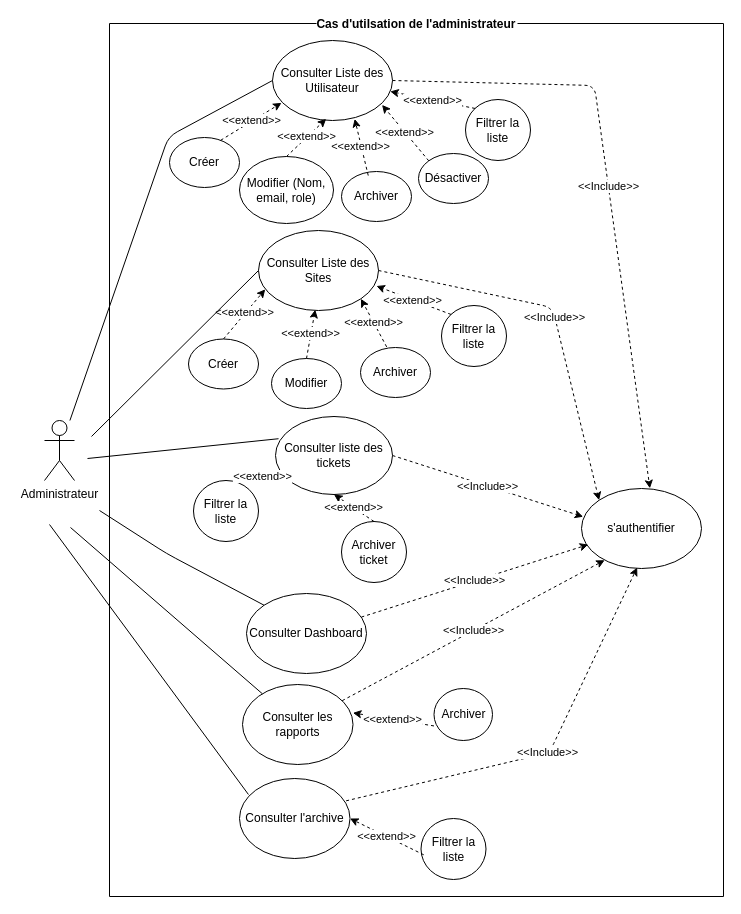
Before: page "Admin" (1 of 4) of Conception/USE_CASE.drawio in Belakebi-Amine/djezzy_supervision, a draw.io diagram. Source tidied: cells renumbered, new cells numbered last; positions are measured from the earlier drawing's top-left corner, leaving out a move shared by most shapes. Both pictures are drawn from the tidied source at 100%, with x=0, y=0 at pixel (44, 23).
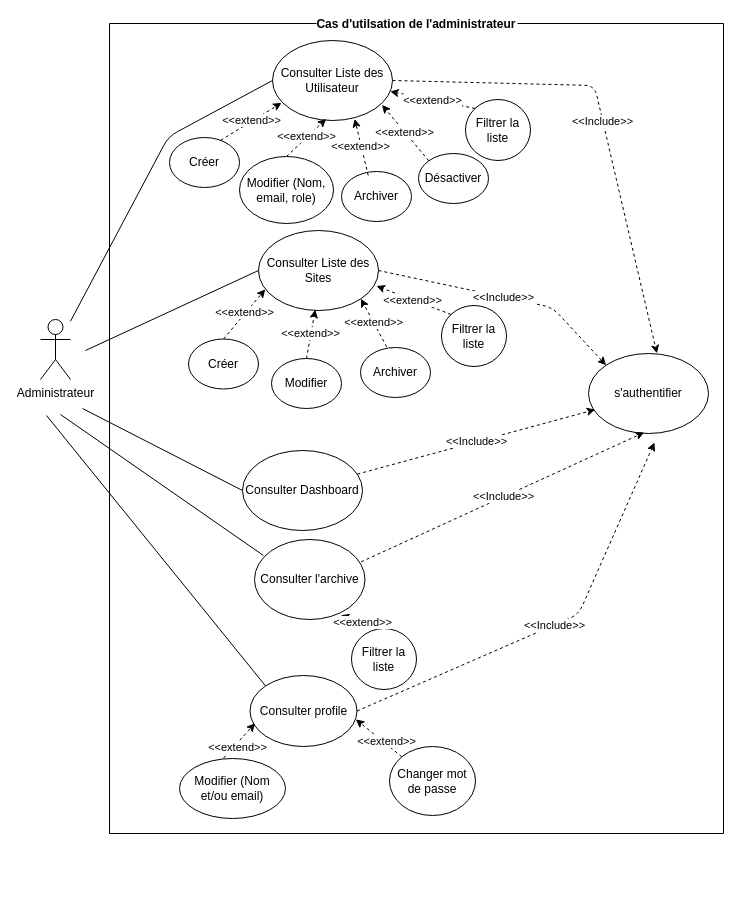
The same page after the edit.

The change refers to these unchanged cells:
```xml
<mxCell id="10" value="Consulter Liste des Sites" style="ellipse;whiteSpace=wrap;html=1;" parent="3" vertex="1">
  <mxGeometry x="149" y="207" width="120" height="80" as="geometry" />
</mxCell>
```

What changed in the source:
```diff
@@
     <mxCell id="2" value="Administrateur" style="shape=umlActor;verticalLabelPosition=bottom;verticalAlign=top;html=1;outlineConnect=0;" parent="1" vertex="1">
-      <mxGeometry y="397" width="30" height="60" as="geometry" />
+      <mxGeometry x="-4" y="296" width="30" height="60" as="geometry" />
     </mxCell>
-    <mxCell id="3" value="Cas d'utilsation de l'administrateur" style="swimlane;startSize=0;labelBackgroundColor=default;" parent="1" vertex="1">
-      <mxGeometry x="65" width="614" height="873" as="geometry" />
+    <mxCell id="3" value="Cas d'utilsation de l'administrateur" style="swimlane;startSize=0;labelBackgroundColor=default;fillColor=none;" parent="1" vertex="1">
+      <mxGeometry x="65" width="614" height="810" as="geometry" />
     </mxCell>
@@
     <mxCell id="14" value="s'authentifier" style="ellipse;whiteSpace=wrap;html=1;" parent="3" vertex="1">
-      <mxGeometry x="472" y="465" width="120" height="80" as="geometry" />
+      <mxGeometry x="479" y="330" width="120" height="80" as="geometry" />
     </mxCell>
@@
-    <mxCell id="33" value="Consulter liste des tickets" style="ellipse;whiteSpace=wrap;html=1;" parent="3" vertex="1">
-      <mxGeometry x="166" y="393" width="117" height="78" as="geometry" />
-    </mxCell>
-    <mxCell id="34" value="Filtrer la liste" style="ellipse;whiteSpace=wrap;html=1;" parent="3" vertex="1">
-      <mxGeometry x="84" y="457" width="65" height="61" as="geometry" />
-    </mxCell>
-    <mxCell id="35" style="endArrow=classic;html=1;entryX=0.06;entryY=0.756;entryDx=0;entryDy=0;exitX=0.726;exitY=0.007;exitDx=0;exitDy=0;dashed=1;exitPerimeter=0;entryPerimeter=0;" parent="3" edge="1" source="34" target="33">
-      <mxGeometry relative="1" as="geometry" />
-    </mxCell>
-    <mxCell id="36" value="&amp;lt;&amp;lt;extend&amp;gt;&amp;gt;" style="edgeLabel;html=1;align=center;verticalAlign=middle;" parent="35" vertex="1">
-      <mxGeometry x="0.02" y="1" relative="1" as="geometry">
-        <mxPoint y="-1" as="offset" />
-      </mxGeometry>
-    </mxCell>
-    <mxCell id="37" value="Archiver ticket" style="ellipse;whiteSpace=wrap;html=1;" parent="3" vertex="1">
-      <mxGeometry x="232" y="498" width="65" height="61" as="geometry" />
-    </mxCell>
-    <mxCell id="38" style="endArrow=classic;html=1;entryX=0.5;entryY=1;entryDx=0;entryDy=0;exitX=0.5;exitY=0;exitDx=0;exitDy=0;dashed=1;" parent="3" edge="1" source="37" target="33">
-      <mxGeometry relative="1" as="geometry" />
-    </mxCell>
-    <mxCell id="39" value="&amp;lt;&amp;lt;extend&amp;gt;&amp;gt;" style="edgeLabel;html=1;align=center;verticalAlign=middle;" parent="38" vertex="1">
-      <mxGeometry x="0.02" y="1" relative="1" as="geometry">
-        <mxPoint y="-1" as="offset" />
-      </mxGeometry>
-    </mxCell>
-    <mxCell id="40" value="&amp;lt;&amp;lt;Include&amp;gt;&amp;gt;" style="endArrow=classic;dashed=1;html=1;entryX=0.014;entryY=0.353;entryDx=0;entryDy=0;exitX=1;exitY=0.5;exitDx=0;exitDy=0;endFill=1;entryPerimeter=0;" parent="3" edge="1" source="33" target="14">
-      <mxGeometry relative="1" as="geometry" />
-    </mxCell>
@@
     <mxCell id="44" value="Consulter Dashboard" style="ellipse;whiteSpace=wrap;html=1;" parent="3" vertex="1">
-      <mxGeometry x="137" y="570" width="120" height="80" as="geometry" />
+      <mxGeometry x="133" y="427" width="120" height="80" as="geometry" />
     </mxCell>
@@
-    <mxCell id="46" value="Consulter les rapports" style="ellipse;whiteSpace=wrap;html=1;" parent="3" vertex="1">
-      <mxGeometry x="133" y="661" width="110.5" height="80" as="geometry" />
-    </mxCell>
-    <mxCell id="47" value="Archiver" style="ellipse;whiteSpace=wrap;html=1;" parent="3" vertex="1">
-      <mxGeometry x="324.5" y="665" width="58.5" height="52" as="geometry" />
-    </mxCell>
-    <mxCell id="48" style="endArrow=classic;html=1;dashed=1;entryX=0.999;entryY=0.355;entryDx=0;entryDy=0;entryPerimeter=0;exitX=0;exitY=0.72;exitDx=0;exitDy=0;exitPerimeter=0;" parent="3" edge="1" source="47" target="46">
-      <mxGeometry relative="1" as="geometry" />
-    </mxCell>
-    <mxCell id="49" value="&amp;lt;&amp;lt;extend&amp;gt;&amp;gt;" style="edgeLabel;html=1;align=center;verticalAlign=middle;" parent="48" vertex="1">
-      <mxGeometry x="0.02" y="1" relative="1" as="geometry">
-        <mxPoint y="-1" as="offset" />
-      </mxGeometry>
-    </mxCell>
     <mxCell id="50" value="Consulter l'archive" style="ellipse;whiteSpace=wrap;html=1;" parent="3" vertex="1">
-      <mxGeometry x="130" y="755" width="110.5" height="80" as="geometry" />
+      <mxGeometry x="145" y="516" width="110.5" height="80" as="geometry" />
     </mxCell>
     <mxCell id="51" value="Filtrer la liste" style="ellipse;whiteSpace=wrap;html=1;" parent="3" vertex="1">
-      <mxGeometry x="311.5" y="795" width="65" height="61" as="geometry" />
+      <mxGeometry x="242" y="605" width="65" height="61" as="geometry" />
     </mxCell>
-    <mxCell id="52" style="endArrow=classic;html=1;dashed=1;entryX=1;entryY=0.5;entryDx=0;entryDy=0;exitX=0.042;exitY=0.595;exitDx=0;exitDy=0;exitPerimeter=0;" parent="3" edge="1" source="51" target="50">
+    <mxCell id="52" style="endArrow=classic;html=1;dashed=1;entryX=0.781;entryY=0.948;entryDx=0;entryDy=0;exitX=0.5;exitY=0;exitDx=0;exitDy=0;entryPerimeter=0;" parent="3" edge="1" source="51" target="50">
       <mxGeometry relative="1" as="geometry" />
     </mxCell>
@@
     <mxCell id="54" value="&amp;lt;&amp;lt;Include&amp;gt;&amp;gt;" style="endArrow=classic;dashed=1;html=1;entryX=0.464;entryY=0.987;entryDx=0;entryDy=0;endFill=1;entryPerimeter=0;exitX=0.965;exitY=0.279;exitDx=0;exitDy=0;exitPerimeter=0;" parent="3" edge="1" source="50" target="14">
-      <mxGeometry relative="1" as="geometry">
-        <Array as="points">
-          <mxPoint x="440" y="729" />
-        </Array>
-      </mxGeometry>
+      <mxGeometry relative="1" as="geometry" />
     </mxCell>
-    <mxCell id="55" value="&amp;lt;&amp;lt;Include&amp;gt;&amp;gt;" style="endArrow=classic;dashed=1;html=1;entryX=0.193;entryY=0.896;entryDx=0;entryDy=0;endFill=1;entryPerimeter=0;" parent="3" edge="1" source="46" target="14">
-      <mxGeometry relative="1" as="geometry" />
-    </mxCell>
+    <mxCell id="62" style="endArrow=none;html=1;entryX=0;entryY=0.5;entryDx=0;entryDy=0;" parent="3" edge="1" target="44">
+      <mxGeometry relative="1" as="geometry">
+        <mxPoint x="-27" y="385" as="sourcePoint" />
+      </mxGeometry>
+    </mxCell>
+    <mxCell id="63" value="Consulter profile" style="ellipse;whiteSpace=wrap;html=1;" parent="3" vertex="1">
+      <mxGeometry x="140.5" y="652" width="107" height="71" as="geometry" />
+    </mxCell>
+    <mxCell id="64" value="Modifier (Nom et/ou email)" style="ellipse;whiteSpace=wrap;html=1;" parent="3" vertex="1">
+      <mxGeometry x="70" y="735" width="106" height="60" as="geometry" />
+    </mxCell>
+    <mxCell id="65" value="Changer mot de passe" style="ellipse;whiteSpace=wrap;html=1;" parent="3" vertex="1">
+      <mxGeometry x="280" y="723" width="86" height="69" as="geometry" />
+    </mxCell>
+    <mxCell id="66" style="endArrow=classic;html=1;exitX=0;exitY=0;exitDx=0;exitDy=0;entryX=0.989;entryY=0.618;entryDx=0;entryDy=0;entryPerimeter=0;dashed=1;" parent="3" edge="1" source="65" target="63">
+      <mxGeometry relative="1" as="geometry" />
+    </mxCell>
+    <mxCell id="67" value="&amp;lt;&amp;lt;extend&amp;gt;&amp;gt;" style="edgeLabel;html=1;align=center;verticalAlign=middle;" parent="66" vertex="1">
+      <mxGeometry x="-0.27" y="-2" relative="1" as="geometry" />
+    </mxCell>
+    <mxCell id="68" style="endArrow=classic;html=1;exitX=0.416;exitY=-0.008;exitDx=0;exitDy=0;entryX=0.048;entryY=0.673;entryDx=0;entryDy=0;entryPerimeter=0;dashed=1;exitPerimeter=0;" parent="3" edge="1" source="64" target="63">
+      <mxGeometry relative="1" as="geometry" />
+    </mxCell>
+    <mxCell id="69" value="&amp;lt;&amp;lt;extend&amp;gt;&amp;gt;" style="edgeLabel;html=1;align=center;verticalAlign=middle;" parent="68" vertex="1">
+      <mxGeometry x="-0.27" y="-2" relative="1" as="geometry" />
+    </mxCell>
@@
     <mxCell id="57" style="endArrow=none;html=1;entryX=0;entryY=0.5;entryDx=0;entryDy=0;" parent="1" edge="1" target="10">
       <mxGeometry relative="1" as="geometry">
-        <mxPoint x="47" y="413" as="sourcePoint" />
+        <mxPoint x="41" y="327" as="sourcePoint" />
       </mxGeometry>
     </mxCell>
-    <mxCell id="58" style="endArrow=none;html=1;entryX=0;entryY=0;entryDx=0;entryDy=0;" parent="1" edge="1" target="44">
-      <mxGeometry relative="1" as="geometry">
-        <mxPoint x="55" y="487" as="sourcePoint" />
-        <Array as="points">
-          <mxPoint x="122" y="530" />
-        </Array>
-      </mxGeometry>
-    </mxCell>
-    <mxCell id="59" style="endArrow=none;html=1;entryX=0.026;entryY=0.285;entryDx=0;entryDy=0;entryPerimeter=0;" parent="1" edge="1" target="33">
-      <mxGeometry relative="1" as="geometry">
-        <mxPoint x="43" y="435" as="sourcePoint" />
-      </mxGeometry>
-    </mxCell>
-    <mxCell id="60" style="endArrow=none;html=1;" parent="1" edge="1" target="46">
-      <mxGeometry relative="1" as="geometry">
-        <mxPoint x="26" y="504" as="sourcePoint" />
-      </mxGeometry>
-    </mxCell>
     <mxCell id="61" style="endArrow=none;html=1;entryX=0.081;entryY=0.2;entryDx=0;entryDy=0;entryPerimeter=0;" parent="1" edge="1" target="50">
       <mxGeometry relative="1" as="geometry">
-        <mxPoint x="5" y="501" as="sourcePoint" />
+        <mxPoint x="16" y="391" as="sourcePoint" />
       </mxGeometry>
     </mxCell>
+    <mxCell id="70" style="endArrow=none;html=1;entryX=0;entryY=0;entryDx=0;entryDy=0;" parent="1" edge="1" target="63">
+      <mxGeometry relative="1" as="geometry">
+        <mxPoint x="2" y="392" as="sourcePoint" />
+      </mxGeometry>
+    </mxCell>
+    <mxCell id="71" value="&amp;lt;&amp;lt;Include&amp;gt;&amp;gt;" style="endArrow=classic;dashed=1;html=1;entryX=0.464;entryY=0.987;entryDx=0;entryDy=0;endFill=1;entryPerimeter=0;exitX=1;exitY=0.5;exitDx=0;exitDy=0;" parent="1" edge="1" source="63">
+      <mxGeometry relative="1" as="geometry">
+        <mxPoint x="610" y="419" as="targetPoint" />
+        <Array as="points">
+          <mxPoint x="534" y="591" />
+        </Array>
+      </mxGeometry>
+    </mxCell>
```
